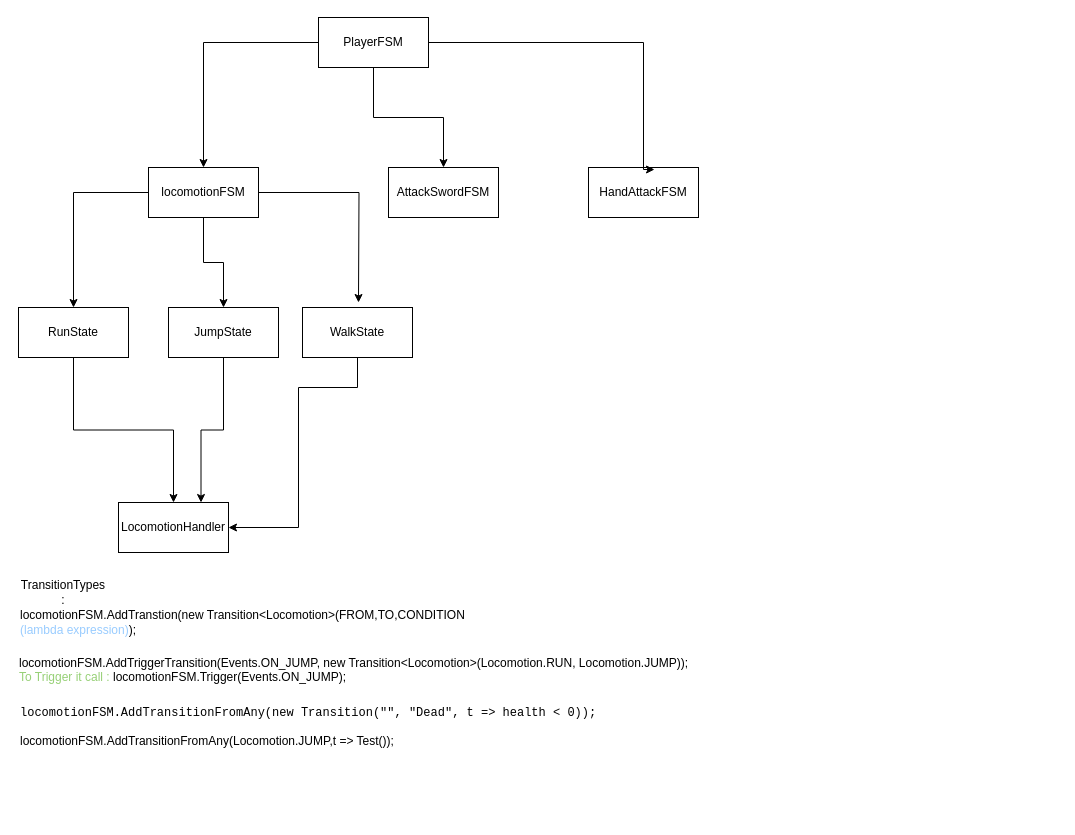
This is JoYa.drawio from JawherBenjeddou/Joya_Diagram, a draw.io file, before an edit. Source tidied: cells renumbered, new cells numbered last; positions are measured from the earlier drawing's top-left corner, leaving out a move shared by most shapes. Both pictures are drawn from the tidied source at 100%, with x=0, y=0 at pixel (17, 17).
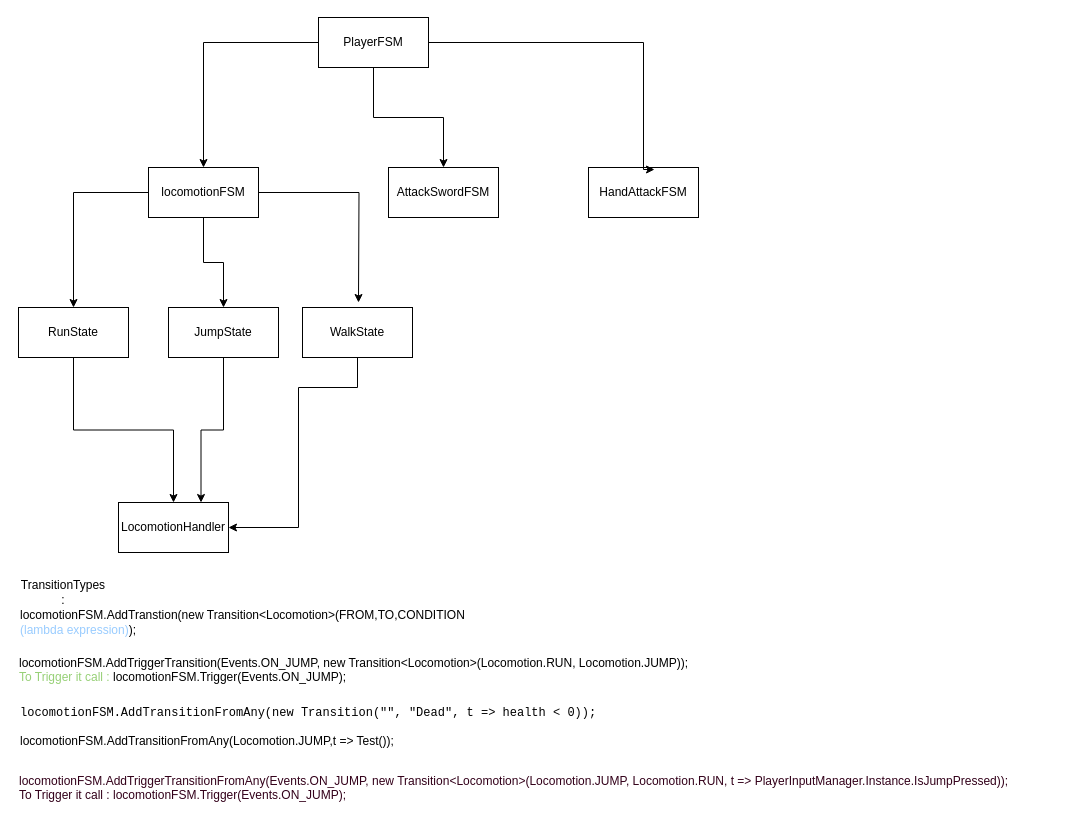
The same diagram, later.

Diff of the diagram source:
```diff
@@
+    <mxCell id="24" value="locomotionFSM.AddTriggerTransitionFromAny(Events.ON_JUMP, new Transition&lt;Locomotion&gt;(Locomotion.JUMP, Locomotion.RUN, t =&gt; PlayerInputManager.Instance.IsJumpPressed));&#10;To Trigger it call : locomotionFSM.Trigger(Events.ON_JUMP);" style="text;whiteSpace=wrap;fontColor=#33001A;" parent="1" vertex="1">
+      <mxGeometry y="750" width="1041" height="50" as="geometry" />
+    </mxCell>
```
